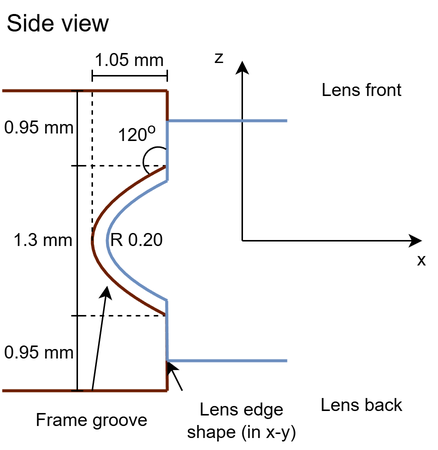
Earlier version of the draw.io export images/diagrams/bevel-frame-side.drawio.png (ues-if/specification). Source tidied: cells renumbered, new cells last; positions are measured from the earlier drawing's top-left corner, leaving out a move shared by most shapes.
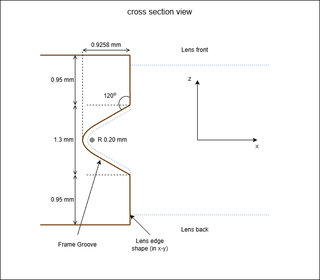
After the change.

The edit, as a diff of the source:
```diff
@@ -2,179 +2,219 @@
   <root>
     <mxCell id="0" />
     <mxCell id="1" parent="0" />
-    <mxCell id="2" style="endArrow=none;html=1;strokeWidth=2;fillColor=#a0522d;strokeColor=#6D1F00;exitX=0;exitY=0;exitDx=0;exitDy=0;" parent="1" edge="1">
-      <mxGeometry relative="1" as="geometry">
-        <mxPoint y="60" as="sourcePoint" />
-        <mxPoint x="110" y="60" as="targetPoint" />
-      </mxGeometry>
-    </mxCell>
+    <mxCell id="4" style="rounded=0;whiteSpace=wrap;html=1;fillColor=default;" parent="1" vertex="1">
+      <mxGeometry x="120" y="280" width="640" height="560" as="geometry" />
+    </mxCell>
-    <mxCell id="3" style="group;" parent="1" vertex="1">
-      <mxGeometry x="135" y="30" width="155" height="150" as="geometry" />
+    <mxCell id="3" value="1.3 mm" style="text;html=1;align=center;verticalAlign=middle;rounded=0;whiteSpace=wrap;" parent="1" vertex="1">
+      <mxGeometry x="225" y="500" width="45" height="120" as="geometry" />
     </mxCell>
-    <mxCell id="4" style="endArrow=classic;html=1;" parent="3" edge="1">
-      <mxGeometry relative="1" as="geometry">
-        <mxPoint x="25" y="130" as="sourcePoint" />
-        <mxPoint x="145" y="130" as="targetPoint" />
-      </mxGeometry>
-    </mxCell>
-    <mxCell id="5" style="endArrow=classic;html=1;" parent="3" edge="1">
-      <mxGeometry relative="1" as="geometry">
-        <mxPoint x="25" y="130" as="sourcePoint" />
-        <mxPoint x="25" y="10" as="targetPoint" />
-      </mxGeometry>
+    <mxCell id="5" value="cross section view" style="text;html=1;align=center;verticalAlign=middle;whiteSpace=wrap;rounded=0;fontSize=16;" parent="1" vertex="1">
+      <mxGeometry x="340" y="288" width="200" height="30" as="geometry" />
     </mxCell>
-    <mxCell id="6" value="x" style="text;html=1;align=center;verticalAlign=middle;whiteSpace=wrap;rounded=0;" parent="3" vertex="1">
-      <mxGeometry x="135" y="135" width="20" height="15" as="geometry" />
+    <mxCell id="6" style="group;" parent="1" vertex="1">
+      <mxGeometry x="490" y="430" width="155" height="150" as="geometry" />
     </mxCell>
-    <mxCell id="7" value="z" style="text;html=1;align=center;verticalAlign=middle;whiteSpace=wrap;rounded=0;" parent="3" vertex="1">
-      <mxGeometry width="20" height="15" as="geometry" />
+    <mxCell id="7" style="endArrow=classic;html=1;" parent="6" edge="1">
+      <mxGeometry relative="1" as="geometry">
+        <mxPoint x="25" y="130" as="sourcePoint" />
+        <mxPoint x="145" y="130" as="targetPoint" />
+      </mxGeometry>
     </mxCell>
-    <mxCell id="8" value="Side view" style="text;html=1;align=center;verticalAlign=middle;whiteSpace=wrap;rounded=0;fontSize=16;" parent="1" vertex="1">
-      <mxGeometry width="75" height="30" as="geometry" />
+    <mxCell id="8" style="endArrow=classic;html=1;" parent="6" edge="1">
+      <mxGeometry relative="1" as="geometry">
+        <mxPoint x="25" y="130" as="sourcePoint" />
+        <mxPoint x="25" y="10" as="targetPoint" />
+      </mxGeometry>
     </mxCell>
+    <mxCell id="38" value="x" style="text;html=1;align=center;verticalAlign=middle;whiteSpace=wrap;rounded=0;" parent="6" vertex="1">
+      <mxGeometry x="135" y="135" width="20" height="15" as="geometry" />
+    </mxCell>
+    <mxCell id="39" value="z" style="text;html=1;align=center;verticalAlign=middle;whiteSpace=wrap;rounded=0;" parent="6" vertex="1">
+      <mxGeometry width="20" height="15" as="geometry" />
+    </mxCell>
+    <mxCell id="40" value="Lens front" style="text;html=1;align=center;verticalAlign=middle;rounded=0;whiteSpace=wrap;" parent="1" vertex="1">
+      <mxGeometry x="470" y="360" width="80" height="39" as="geometry" />
+    </mxCell>
+    <mxCell id="41" value="Lens back" style="text;html=1;align=center;verticalAlign=middle;rounded=0;whiteSpace=wrap;" parent="1" vertex="1">
+      <mxGeometry x="470" y="720" width="80" height="39" as="geometry" />
+    </mxCell>
-    <mxCell id="9" value="Lens front" style="text;html=1;align=center;verticalAlign=middle;rounded=0;whiteSpace=wrap;" parent="1" vertex="1">
-      <mxGeometry x="200" y="40" width="80" height="40" as="geometry" />
+    <mxCell id="9" value="0.95 mm" style="text;html=1;align=center;verticalAlign=middle;rounded=0;whiteSpace=wrap;" parent="1" vertex="1">
+      <mxGeometry x="220" y="390" width="50" height="100" as="geometry" />
     </mxCell>
+    <mxCell id="42" style="endArrow=open;startArrow=open;html=1;strokeWidth=1;startFill=0;endFill=0;" parent="1" edge="1">
+      <mxGeometry relative="1" as="geometry">
+        <mxPoint x="270" y="390" as="sourcePoint" />
+        <mxPoint x="270" y="490" as="targetPoint" />
+      </mxGeometry>
+    </mxCell>
+    <mxCell id="43" value="0.95 mm" style="text;html=1;align=center;verticalAlign=middle;rounded=0;whiteSpace=wrap;" parent="1" vertex="1">
+      <mxGeometry x="220" y="630" width="50" height="100" as="geometry" />
+    </mxCell>
+    <mxCell id="44" style="endArrow=open;startArrow=open;html=1;strokeWidth=1;startFill=0;endFill=0;" parent="1" edge="1">
+      <mxGeometry relative="1" as="geometry">
+        <mxPoint x="270" y="630" as="sourcePoint" />
+        <mxPoint x="270" y="730" as="targetPoint" />
+      </mxGeometry>
+    </mxCell>
+    <mxCell id="45" style="endArrow=open;startArrow=open;html=1;strokeWidth=1;startFill=0;endFill=0;" parent="1" edge="1">
+      <mxGeometry relative="1" as="geometry">
+        <mxPoint x="270" y="490" as="sourcePoint" />
+        <mxPoint x="270" y="630" as="targetPoint" />
+      </mxGeometry>
+    </mxCell>
+    <mxCell id="29" value="Lens edge shape (in x-y)" style="text;html=1;align=center;verticalAlign=middle;rounded=0;whiteSpace=wrap;" parent="1" vertex="1">
+      <mxGeometry x="380" y="750" width="80" height="39" as="geometry" />
+    </mxCell>
+    <mxCell id="46" style="endArrow=classic;html=1;exitX=0.5;exitY=0;exitDx=0;exitDy=0;" parent="1" edge="1" source="29">
+      <mxGeometry relative="1" as="geometry">
+        <mxPoint x="380" y="710" as="targetPoint" />
+      </mxGeometry>
+    </mxCell>
-    <mxCell id="10" style="endArrow=none;html=1;strokeWidth=2;fillColor=#dae8fc;strokeColor=#6c8ebf;" parent="1" edge="1">
+    <mxCell id="10" style="endArrow=none;html=1;strokeWidth=2;fillColor=#dae8fc;strokeColor=#6c8ebf;dashed=1;dashPattern=1 1;opacity=50;" parent="1" edge="1">
       <mxGeometry relative="1" as="geometry">
-        <mxPoint x="110" y="80" as="sourcePoint" />
-        <mxPoint x="190" y="80" as="targetPoint" />
+        <mxPoint x="380" y="410" as="sourcePoint" />
+        <mxPoint x="660" y="410" as="targetPoint" />
       </mxGeometry>
     </mxCell>
-    <mxCell id="11" style="endArrow=none;html=1;strokeWidth=2;fillColor=#a0522d;strokeColor=#6D1F00;exitX=0;exitY=1;exitDx=0;exitDy=0;" parent="1" edge="1">
+    <mxCell id="11" style="endArrow=none;html=1;strokeWidth=2;fillColor=#dae8fc;strokeColor=#6c8ebf;dashed=1;dashPattern=1 1;opacity=50;" parent="1" edge="1">
       <mxGeometry relative="1" as="geometry">
-        <mxPoint y="260" as="sourcePoint" />
-        <mxPoint x="110" y="260" as="targetPoint" />
+        <mxPoint x="380" y="710" as="sourcePoint" />
+        <mxPoint x="660" y="710" as="targetPoint" />
       </mxGeometry>
     </mxCell>
-    <mxCell id="12" value="Lens back" style="text;html=1;align=center;verticalAlign=middle;rounded=0;whiteSpace=wrap;" parent="1" vertex="1">
-      <mxGeometry x="200" y="250" width="80" height="40" as="geometry" />
+    <mxCell id="12" style="endArrow=none;html=1;strokeWidth=2;fillColor=#dae8fc;strokeColor=#6c8ebf;dashed=1;dashPattern=1 1;opacity=50;" parent="1" edge="1">
+      <mxGeometry relative="1" as="geometry">
+        <mxPoint x="380" y="410" as="sourcePoint" />
+        <mxPoint x="380" y="500" as="targetPoint" />
+      </mxGeometry>
     </mxCell>
+    <mxCell id="47" style="endArrow=none;html=1;strokeWidth=2;fillColor=#dae8fc;strokeColor=#6c8ebf;dashed=1;dashPattern=1 1;opacity=50;" parent="1" edge="1">
+      <mxGeometry relative="1" as="geometry">
+        <mxPoint x="380" y="620" as="sourcePoint" />
+        <mxPoint x="380" y="710" as="targetPoint" />
+      </mxGeometry>
+    </mxCell>
+    <mxCell id="48" style="endArrow=none;html=1;strokeWidth=2;fillColor=#dae8fc;strokeColor=#6c8ebf;exitX=1;exitY=1;exitDx=0;exitDy=0;rounded=0;curved=0;dashed=1;dashPattern=1 1;opacity=50;" parent="1" edge="1">
+      <mxGeometry relative="1" as="geometry">
+        <mxPoint x="380" y="500" as="sourcePoint" />
+        <mxPoint x="310" y="540" as="targetPoint" />
+      </mxGeometry>
+    </mxCell>
+    <mxCell id="49" style="endArrow=none;html=1;strokeWidth=2;fillColor=#dae8fc;strokeColor=#6c8ebf;rounded=0;curved=0;dashed=1;dashPattern=1 1;opacity=50;" parent="1" edge="1">
+      <mxGeometry relative="1" as="geometry">
+        <mxPoint x="310" y="580" as="sourcePoint" />
+        <mxPoint x="380" y="620" as="targetPoint" />
+      </mxGeometry>
+    </mxCell>
+    <mxCell id="50" style="curved=1;endArrow=none;html=1;endFill=0;strokeWidth=2;strokeColor=#6C8EBF;dashed=1;dashPattern=1 1;opacity=50;" parent="1" edge="1">
+      <mxGeometry relative="1" as="geometry">
+        <mxPoint x="310" y="580" as="sourcePoint" />
+        <mxPoint x="310" y="540" as="targetPoint" />
+        <Array as="points">
+          <mxPoint x="280" y="560" />
+        </Array>
+      </mxGeometry>
+    </mxCell>
+    <mxCell id="51" style="endArrow=none;dashed=1;html=1;" parent="1" edge="1">
+      <mxGeometry relative="1" as="geometry">
+        <mxPoint x="380" y="490" as="sourcePoint" />
+        <mxPoint x="290" y="490" as="targetPoint" />
+      </mxGeometry>
+    </mxCell>
+    <mxCell id="52" style="endArrow=none;dashed=1;html=1;" parent="1" edge="1">
+      <mxGeometry relative="1" as="geometry">
+        <mxPoint x="380" y="630" as="sourcePoint" />
+        <mxPoint x="290" y="630" as="targetPoint" />
+      </mxGeometry>
+    </mxCell>
-    <mxCell id="13" value="0.95 mm" style="text;html=1;align=center;verticalAlign=middle;rounded=0;whiteSpace=wrap;" parent="1" vertex="1">
-      <mxGeometry y="60" width="50" height="50" as="geometry" />
+    <mxCell id="13" style="verticalLabelPosition=bottom;verticalAlign=top;html=1;shape=mxgraph.basic.arc;startAngle=0.3536820013419613;endAngle=0.8389038422446764;rotation=90;" parent="1" vertex="1">
+      <mxGeometry x="357" y="473" width="30" height="29" as="geometry" />
     </mxCell>
-    <mxCell id="14" style="endArrow=baseDash;startArrow=baseDash;html=1;strokeWidth=1;startFill=0;endFill=0;" parent="1" edge="1">
-      <mxGeometry relative="1" as="geometry">
-        <mxPoint x="50" y="60" as="sourcePoint" />
-        <mxPoint x="50" y="110" as="targetPoint" />
-      </mxGeometry>
+    <mxCell id="14" value="120&lt;sup&gt;o&lt;/sup&gt;" style="text;html=1;align=center;verticalAlign=middle;rounded=0;whiteSpace=wrap;" parent="1" vertex="1">
+      <mxGeometry x="320" y="460" width="40" height="19" as="geometry" />
     </mxCell>
-    <mxCell id="15" value="0.95 mm" style="text;html=1;align=center;verticalAlign=middle;rounded=0;whiteSpace=wrap;" parent="1" vertex="1">
-      <mxGeometry y="210" width="50" height="50" as="geometry" />
-    </mxCell>
-    <mxCell id="16" style="endArrow=baseDash;startArrow=baseDash;html=1;strokeWidth=1;startFill=0;endFill=0;entryX=1;entryY=1;entryDx=0;entryDy=0;" parent="1" edge="1" target="15">
-      <mxGeometry relative="1" as="geometry">
-        <mxPoint x="50" y="210" as="sourcePoint" />
-      </mxGeometry>
-    </mxCell>
+    <mxCell id="53" value="R 0.20 mm" style="text;html=1;align=center;verticalAlign=middle;rounded=0;whiteSpace=wrap;" parent="1" vertex="1">
+      <mxGeometry x="310" y="550" width="70" height="19" as="geometry" />
+    </mxCell>
-    <mxCell id="17" value="1.05 mm" style="text;html=1;align=center;verticalAlign=middle;rounded=0;whiteSpace=wrap;" parent="1" vertex="1">
-      <mxGeometry x="60" y="30" width="50" height="20" as="geometry" />
+    <mxCell id="17" value="Frame Groove" style="text;html=1;align=center;verticalAlign=middle;rounded=0;whiteSpace=wrap;" parent="1" vertex="1">
+      <mxGeometry x="235" y="750" width="80" height="39" as="geometry" />
     </mxCell>
-    <mxCell id="18" style="endArrow=baseDash;startArrow=baseDash;html=1;strokeWidth=1;startFill=0;endFill=0;" parent="1" edge="1">
+    <mxCell id="18" style="endArrow=classic;html=1;exitX=0.5;exitY=0;exitDx=0;exitDy=0;" parent="1" edge="1" source="17">
       <mxGeometry relative="1" as="geometry">
-        <mxPoint x="50" y="110" as="sourcePoint" />
-        <mxPoint x="50" y="210" as="targetPoint" />
+        <mxPoint x="320" y="600" as="targetPoint" />
       </mxGeometry>
     </mxCell>
-    <mxCell id="19" value="1.3 mm" style="text;html=1;align=center;verticalAlign=middle;rounded=0;whiteSpace=wrap;" parent="1" vertex="1">
-      <mxGeometry x="5" y="150" width="45" height="20" as="geometry" />
+    <mxCell id="19" style="endArrow=none;html=1;strokeWidth=2;fillColor=#dae8fc;strokeColor=#663300;" parent="1" edge="1">
+      <mxGeometry relative="1" as="geometry">
+        <mxPoint x="379.8" y="630" as="sourcePoint" />
+        <mxPoint x="380" y="730" as="targetPoint" />
+      </mxGeometry>
     </mxCell>
-    <mxCell id="20" style="endArrow=none;html=1;strokeWidth=2;fillColor=#a0522d;strokeColor=#6D1F00;" parent="1" edge="1">
-      <mxGeometry relative="1" as="geometry">
-        <mxPoint x="110" y="60" as="sourcePoint" />
-        <mxPoint x="110" y="110" as="targetPoint" />
-      </mxGeometry>
-    </mxCell>
+    <mxCell id="54" style="endArrow=none;html=1;strokeWidth=2;fillColor=#dae8fc;strokeColor=#663300;rounded=0;curved=0;" parent="1" edge="1">
+      <mxGeometry relative="1" as="geometry">
+        <mxPoint x="310" y="590" as="sourcePoint" />
+        <mxPoint x="380" y="630" as="targetPoint" />
+      </mxGeometry>
+    </mxCell>
-    <mxCell id="21" style="endArrow=none;html=1;strokeWidth=2;fillColor=#a0522d;strokeColor=#6D1F00;" parent="1" edge="1">
+    <mxCell id="21" style="curved=1;endArrow=none;html=1;endFill=0;strokeWidth=2;strokeColor=#663300;" parent="1" edge="1">
       <mxGeometry relative="1" as="geometry">
-        <mxPoint x="109.6" y="210" as="sourcePoint" />
-        <mxPoint x="110" y="260" as="targetPoint" />
+        <mxPoint x="310" y="590" as="sourcePoint" />
+        <mxPoint x="310" y="530" as="targetPoint" />
+        <Array as="points">
+          <mxPoint x="260" y="560" />
+        </Array>
       </mxGeometry>
     </mxCell>
-    <mxCell id="22" style="endArrow=baseDash;startArrow=baseDash;html=1;strokeWidth=1;startFill=0;endFill=0;" parent="1" edge="1">
+    <mxCell id="22" style="endArrow=none;html=1;strokeWidth=2;fillColor=#dae8fc;strokeColor=#663300;" parent="1" edge="1">
       <mxGeometry relative="1" as="geometry">
-        <mxPoint x="110" y="50" as="sourcePoint" />
-        <mxPoint x="60" y="50" as="targetPoint" />
+        <mxPoint x="379.8" y="390" as="sourcePoint" />
+        <mxPoint x="380" y="490" as="targetPoint" />
       </mxGeometry>
     </mxCell>
-    <mxCell id="23" style="endArrow=none;dashed=1;html=1;" parent="1" edge="1">
-      <mxGeometry relative="1" as="geometry">
-        <mxPoint x="110" y="210" as="sourcePoint" />
-        <mxPoint x="50" y="210" as="targetPoint" />
-      </mxGeometry>
-    </mxCell>
-    <mxCell id="24" value="Frame groove" style="text;html=1;align=center;verticalAlign=middle;rounded=0;whiteSpace=wrap;" parent="1" vertex="1">
-      <mxGeometry x="20" y="260" width="80" height="40" as="geometry" />
-    </mxCell>
-    <mxCell id="25" style="endArrow=classic;html=1;exitX=0.5;exitY=0;exitDx=0;exitDy=0;" parent="1" edge="1" source="24">
+    <mxCell id="25" style="endArrow=none;html=1;strokeWidth=2;fillColor=#dae8fc;strokeColor=#663300;exitX=1;exitY=1;exitDx=0;exitDy=0;rounded=0;curved=0;" parent="1" edge="1">
       <mxGeometry relative="1" as="geometry">
-        <mxPoint x="70" y="190" as="targetPoint" />
+        <mxPoint x="380" y="490" as="sourcePoint" />
+        <mxPoint x="310" y="530" as="targetPoint" />
       </mxGeometry>
     </mxCell>
+    <mxCell id="55" style="endArrow=none;html=1;strokeWidth=2;fillColor=#dae8fc;strokeColor=#663300;" parent="1" edge="1">
+      <mxGeometry relative="1" as="geometry">
+        <mxPoint x="200" y="730" as="sourcePoint" />
+        <mxPoint x="380" y="730" as="targetPoint" />
+      </mxGeometry>
+    </mxCell>
+    <mxCell id="56" style="endArrow=none;html=1;strokeWidth=2;fillColor=#dae8fc;strokeColor=#663300;" parent="1" edge="1">
+      <mxGeometry relative="1" as="geometry">
+        <mxPoint x="200" y="390" as="sourcePoint" />
+        <mxPoint x="380" y="390" as="targetPoint" />
+      </mxGeometry>
+    </mxCell>
+    <mxCell id="57" style="group;" parent="1" vertex="1">
+      <mxGeometry x="300" y="556" width="8" height="8" as="geometry" />
+    </mxCell>
+    <mxCell id="15" style="ellipse;whiteSpace=wrap;html=1;" parent="57" vertex="1">
+      <mxGeometry width="8" height="8" as="geometry" />
+    </mxCell>
+    <mxCell id="16" style="endArrow=none;html=1;entryX=0.5;entryY=0;entryDx=0;entryDy=0;exitX=0.5;exitY=1;exitDx=0;exitDy=0;" parent="57" edge="1" source="15" target="15">
+      <mxGeometry relative="1" as="geometry" />
+    </mxCell>
+    <mxCell id="58" style="endArrow=none;html=1;entryX=0;entryY=0.5;entryDx=0;entryDy=0;exitX=1;exitY=0.5;exitDx=0;exitDy=0;" parent="57" edge="1" source="15" target="15">
+      <mxGeometry relative="1" as="geometry" />
+    </mxCell>
+    <mxCell id="59" value="0.9258 mm" style="text;html=1;align=center;verticalAlign=middle;rounded=0;whiteSpace=wrap;" parent="1" vertex="1">
+      <mxGeometry x="285" y="360" width="95" height="20" as="geometry" />
+    </mxCell>
+    <mxCell id="60" style="endArrow=open;startArrow=open;html=1;strokeWidth=1;startFill=0;endFill=0;" parent="1" edge="1">
+      <mxGeometry relative="1" as="geometry">
+        <mxPoint x="380" y="380" as="sourcePoint" />
+        <mxPoint x="285" y="380" as="targetPoint" />
+      </mxGeometry>
+    </mxCell>
     <mxCell id="26" style="endArrow=none;dashed=1;html=1;" parent="1" edge="1">
       <mxGeometry relative="1" as="geometry">
-        <mxPoint x="110" y="110" as="sourcePoint" />
-        <mxPoint x="50" y="110" as="targetPoint" />
+        <mxPoint x="285" y="560" as="sourcePoint" />
+        <mxPoint x="285" y="380" as="targetPoint" />
       </mxGeometry>
     </mxCell>
-    <mxCell id="27" value="120&lt;sup&gt;o&lt;/sup&gt;" style="text;html=1;align=center;verticalAlign=middle;rounded=0;whiteSpace=wrap;" parent="1" vertex="1">
-      <mxGeometry x="70" y="77.5" width="40" height="20" as="geometry" />
-    </mxCell>
-    <mxCell id="28" value="R 0.20" style="text;html=1;align=center;verticalAlign=middle;rounded=0;whiteSpace=wrap;" parent="1" vertex="1">
-      <mxGeometry x="70" y="150" width="40" height="20" as="geometry" />
-    </mxCell>
-    <mxCell id="29" value="Lens edge shape (in x-y)" style="text;html=1;align=center;verticalAlign=middle;rounded=0;whiteSpace=wrap;" parent="1" vertex="1">
-      <mxGeometry x="120" y="260" width="80" height="40" as="geometry" />
-    </mxCell>
-    <mxCell id="30" style="endArrow=classic;html=1;exitX=0;exitY=0;exitDx=0;exitDy=0;" parent="1" edge="1" source="29">
-      <mxGeometry relative="1" as="geometry">
-        <mxPoint x="110" y="240" as="targetPoint" />
-      </mxGeometry>
-    </mxCell>
-    <mxCell id="31" style="curved=1;endArrow=none;html=1;endFill=0;strokeWidth=2;fillColor=#a0522d;strokeColor=#6D1F00;" parent="1" edge="1">
-      <mxGeometry relative="1" as="geometry">
-        <mxPoint x="110" y="110" as="sourcePoint" />
-        <mxPoint x="110" y="210" as="targetPoint" />
-        <Array as="points">
-          <mxPoint x="10" y="160" />
-        </Array>
-      </mxGeometry>
-    </mxCell>
-    <mxCell id="32" style="endArrow=none;html=1;strokeWidth=2;fillColor=#dae8fc;strokeColor=#6c8ebf;" parent="1" edge="1">
-      <mxGeometry relative="1" as="geometry">
-        <mxPoint x="110" y="240" as="sourcePoint" />
-        <mxPoint x="190" y="240" as="targetPoint" />
-      </mxGeometry>
-    </mxCell>
-    <mxCell id="33" style="curved=1;endArrow=none;html=1;endFill=0;strokeWidth=2;fillColor=#dae8fc;strokeColor=#6c8ebf;" parent="1" edge="1">
-      <mxGeometry relative="1" as="geometry">
-        <mxPoint x="110" y="120" as="sourcePoint" />
-        <mxPoint x="110" y="200" as="targetPoint" />
-        <Array as="points">
-          <mxPoint x="30" y="160" />
-        </Array>
-      </mxGeometry>
-    </mxCell>
-    <mxCell id="34" style="endArrow=none;html=1;strokeWidth=2;fillColor=#dae8fc;strokeColor=#6c8ebf;" parent="1" edge="1">
-      <mxGeometry relative="1" as="geometry">
-        <mxPoint x="110" y="80" as="sourcePoint" />
-        <mxPoint x="110" y="120" as="targetPoint" />
-      </mxGeometry>
-    </mxCell>
-    <mxCell id="35" style="endArrow=none;html=1;strokeWidth=2;fillColor=#dae8fc;strokeColor=#6c8ebf;" parent="1" edge="1">
-      <mxGeometry relative="1" as="geometry">
-        <mxPoint x="109.6" y="200" as="sourcePoint" />
-        <mxPoint x="110" y="240" as="targetPoint" />
-      </mxGeometry>
-    </mxCell>
-    <mxCell id="36" style="endArrow=none;dashed=1;html=1;" parent="1" edge="1">
-      <mxGeometry relative="1" as="geometry">
-        <mxPoint x="60" y="160" as="sourcePoint" />
-        <mxPoint x="60" y="60" as="targetPoint" />
-      </mxGeometry>
-    </mxCell>
-    <mxCell id="37" style="verticalLabelPosition=bottom;verticalAlign=top;html=1;shape=mxgraph.basic.arc;startAngle=0.3536820013419613;endAngle=0.8389038422446764;rotation=90;" parent="1" vertex="1">
-      <mxGeometry x="94" y="97.5" width="20" height="20" as="geometry" />
-    </mxCell>
   </root>
 </mxGraphModel>
```
